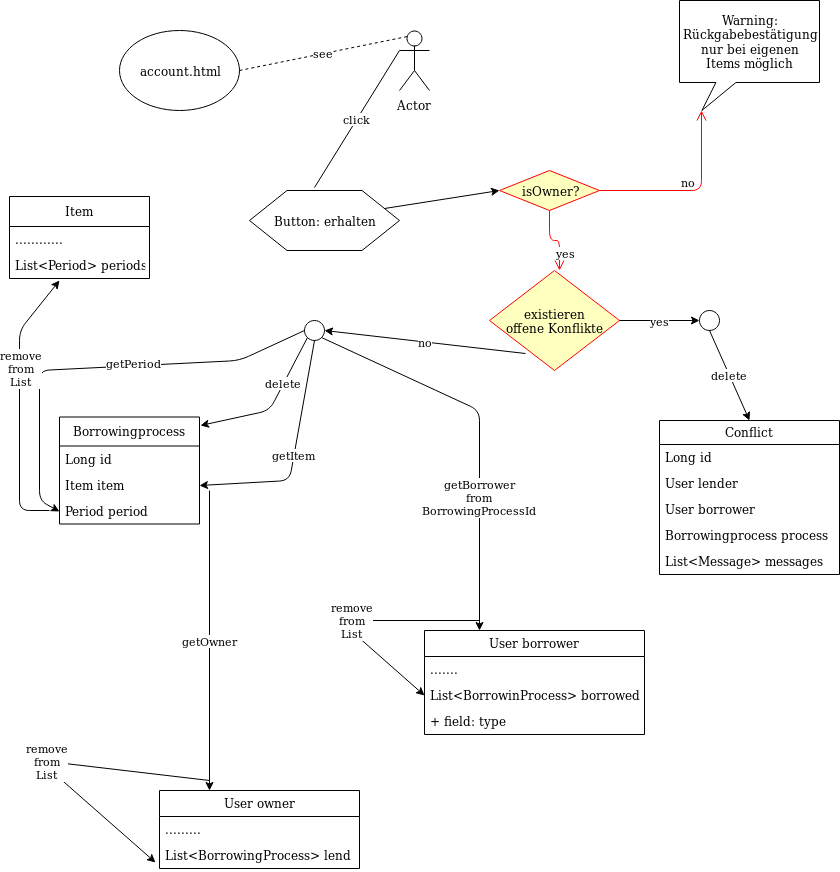
The draw.io diagram Diagram/ItemReturned.png in Jukre111/Propra-im-Team, before a commit. Source tidied: cells renumbered, new cells last; positions are measured from the earlier drawing's top-left corner, leaving out a move shared by most shapes. Source of this version:
```xml
<mxGraphModel>
  <root>
    <mxCell id="0" />
    <mxCell id="1" parent="0" />
    <mxCell id="2" value="Actor" style="shape=umlActor;verticalLabelPosition=bottom;labelBackgroundColor=#ffffff;verticalAlign=top;html=1;outlineConnect=0;fillColor=#ffffff;strokeColor=#000000;" parent="1" vertex="1">
      <mxGeometry x="390" y="30" width="30" height="60" as="geometry" />
    </mxCell>
    <mxCell id="3" value="account.html" style="ellipse;whiteSpace=wrap;html=1;" parent="1" vertex="1">
      <mxGeometry x="110" y="30" width="120" height="80" as="geometry" />
    </mxCell>
    <mxCell id="4" value="see" style="endArrow=none;dashed=1;html=1;exitX=1;exitY=0.5;exitDx=0;exitDy=0;entryX=0.25;entryY=0.1;entryDx=0;entryDy=0;entryPerimeter=0;" parent="1" edge="1" source="3" target="2">
      <mxGeometry relative="1" as="geometry" />
    </mxCell>
    <mxCell id="5" value="Button: erhalten" style="shape=hexagon;perimeter=hexagonPerimeter2;whiteSpace=wrap;html=1;" parent="1" vertex="1">
      <mxGeometry x="240" y="190" width="150" height="60" as="geometry" />
    </mxCell>
    <mxCell id="6" value="click" style="endArrow=none;html=1;entryX=0;entryY=0.3333333333333333;entryDx=0;entryDy=0;entryPerimeter=0;exitX=0.433;exitY=-0.05;exitDx=0;exitDy=0;exitPerimeter=0;" parent="1" edge="1" source="5" target="2">
      <mxGeometry relative="1" as="geometry" />
    </mxCell>
    <mxCell id="7" value="isOwner?" style="rhombus;whiteSpace=wrap;html=1;fillColor=#ffffc0;strokeColor=#ff0000;" parent="1" vertex="1">
      <mxGeometry x="490" y="170" width="100" height="40" as="geometry" />
    </mxCell>
    <mxCell id="8" value="no" style="edgeStyle=orthogonalEdgeStyle;html=1;align=left;verticalAlign=bottom;endArrow=open;endSize=8;strokeColor=#ff0000;entryX=0;entryY=0;entryDx=22.400000000000002;entryDy=110;entryPerimeter=0;" parent="1" edge="1" source="7" target="11">
      <mxGeometry x="-0.12" relative="1" as="geometry" />
    </mxCell>
    <mxCell id="9" value="yes" style="edgeStyle=orthogonalEdgeStyle;html=1;align=left;verticalAlign=top;endArrow=open;endSize=8;strokeColor=#ff0000;" parent="1" edge="1" source="7">
      <mxGeometry relative="1" as="geometry">
        <mxPoint x="550" y="270" as="targetPoint" />
      </mxGeometry>
    </mxCell>
    <mxCell id="10" style="endArrow=classic;html=1;exitX=1;exitY=0.25;exitDx=0;exitDy=0;entryX=0;entryY=0.5;entryDx=0;entryDy=0;" parent="1" edge="1" source="5" target="7">
      <mxGeometry relative="1" as="geometry" />
    </mxCell>
    <mxCell id="11" value="&lt;div&gt;Warning: &lt;br&gt;&lt;/div&gt;&lt;div&gt;Rückgabebestätigung&lt;/div&gt;&lt;div&gt;nur bei eigenen&lt;/div&gt;&lt;div&gt;Items möglich&lt;br&gt;&lt;/div&gt;" style="shape=callout;whiteSpace=wrap;html=1;perimeter=calloutPerimeter;size=28;position=0.26;position2=0.16;" parent="1" vertex="1">
      <mxGeometry x="670" width="140" height="110" as="geometry" />
    </mxCell>
    <mxCell id="12" value="&lt;div&gt;existieren &lt;br&gt;&lt;/div&gt;&lt;div&gt;offene Konflikte&lt;br&gt;&lt;/div&gt;" style="rhombus;whiteSpace=wrap;html=1;fillColor=#ffffc0;strokeColor=#ff0000;" parent="1" vertex="1">
      <mxGeometry x="480" y="270" width="130" height="100" as="geometry" />
    </mxCell>
    <mxCell id="13" value="yes" style="endArrow=classic;html=1;exitX=1;exitY=0.5;exitDx=0;exitDy=0;" parent="1" edge="1" source="12">
      <mxGeometry relative="1" as="geometry">
        <mxPoint x="690" y="320" as="targetPoint" />
      </mxGeometry>
    </mxCell>
    <mxCell id="14" style="ellipse;whiteSpace=wrap;html=1;" parent="1" vertex="1">
      <mxGeometry x="690" y="310" width="20" height="20" as="geometry" />
    </mxCell>
    <mxCell id="15" value="delete" style="endArrow=classic;html=1;exitX=0.5;exitY=1;exitDx=0;exitDy=0;entryX=0.5;entryY=0;entryDx=0;entryDy=0;" parent="1" edge="1" source="14" target="16">
      <mxGeometry relative="1" as="geometry" />
    </mxCell>
    <mxCell id="16" value="Conflict" style="swimlane;fontStyle=0;horizontal=1;startSize=24;fillColor=none;" parent="1" vertex="1">
      <mxGeometry x="650" y="420" width="180" height="154" as="geometry" />
    </mxCell>
    <mxCell id="17" value="Long id" style="text;strokeColor=none;fillColor=none;align=left;verticalAlign=top;spacingLeft=4;spacingRight=4;overflow=hidden;" parent="16" vertex="1">
      <mxGeometry y="24" width="180" height="26" as="geometry" />
    </mxCell>
    <mxCell id="18" value="User lender" style="text;strokeColor=none;fillColor=none;align=left;verticalAlign=top;spacingLeft=4;spacingRight=4;overflow=hidden;" parent="16" vertex="1">
      <mxGeometry y="50" width="180" height="26" as="geometry" />
    </mxCell>
    <mxCell id="19" value="User borrower" style="text;strokeColor=none;fillColor=none;align=left;verticalAlign=top;spacingLeft=4;spacingRight=4;overflow=hidden;" parent="16" vertex="1">
      <mxGeometry y="76" width="180" height="26" as="geometry" />
    </mxCell>
    <mxCell id="20" value="Borrowingprocess process" style="text;strokeColor=none;fillColor=none;align=left;verticalAlign=top;spacingLeft=4;spacingRight=4;overflow=hidden;" parent="16" vertex="1">
      <mxGeometry y="102" width="180" height="26" as="geometry" />
    </mxCell>
    <mxCell id="21" value="List&lt;Message&gt; messages" style="text;strokeColor=none;fillColor=none;align=left;verticalAlign=top;spacingLeft=4;spacingRight=4;overflow=hidden;" parent="16" vertex="1">
      <mxGeometry y="128" width="180" height="26" as="geometry" />
    </mxCell>
    <mxCell id="22" value="no" style="endArrow=classic;html=1;exitX=0.277;exitY=0.83;exitDx=0;exitDy=0;exitPerimeter=0;entryX=1;entryY=0.5;entryDx=0;entryDy=0;" parent="1" edge="1" source="12" target="23">
      <mxGeometry relative="1" as="geometry" />
    </mxCell>
    <mxCell id="23" style="ellipse;whiteSpace=wrap;html=1;" parent="1" vertex="1">
      <mxGeometry x="295" y="320" width="20" height="20" as="geometry" />
    </mxCell>
    <mxCell id="24" value="Borrowingprocess" style="swimlane;fontStyle=0;horizontal=1;startSize=29;fillColor=none;" parent="1" vertex="1">
      <mxGeometry x="50" y="416.5" width="140" height="107" as="geometry" />
    </mxCell>
    <mxCell id="25" value="Long id" style="text;strokeColor=none;fillColor=none;align=left;verticalAlign=top;spacingLeft=4;spacingRight=4;overflow=hidden;" parent="24" vertex="1">
      <mxGeometry y="29" width="140" height="26" as="geometry" />
    </mxCell>
    <mxCell id="26" value="Item item" style="text;strokeColor=none;fillColor=none;align=left;verticalAlign=top;spacingLeft=4;spacingRight=4;overflow=hidden;points=[[0,0.5],[1,0.5]];portConstraint=eastwest;" parent="24" vertex="1">
      <mxGeometry y="55" width="140" height="26" as="geometry" />
    </mxCell>
    <mxCell id="27" value="Period period" style="text;strokeColor=none;fillColor=none;align=left;verticalAlign=top;spacingLeft=4;spacingRight=4;overflow=hidden;points=[[0,0.5],[1,0.5]];portConstraint=eastwest;" parent="24" vertex="1">
      <mxGeometry y="81" width="140" height="26" as="geometry" />
    </mxCell>
    <mxCell id="28" value="User borrower" style="swimlane;fontStyle=0;horizontal=1;startSize=26;fillColor=none;" parent="1" vertex="1">
      <mxGeometry x="415" y="630" width="220" height="104" as="geometry" />
    </mxCell>
    <mxCell id="29" value="......." style="text;strokeColor=none;fillColor=none;align=left;verticalAlign=top;spacingLeft=4;spacingRight=4;overflow=hidden;" parent="28" vertex="1">
      <mxGeometry y="26" width="220" height="26" as="geometry" />
    </mxCell>
    <mxCell id="30" value="List&lt;BorrowinProcess&gt; borrowed" style="text;strokeColor=none;fillColor=none;align=left;verticalAlign=top;spacingLeft=4;spacingRight=4;overflow=hidden;points=[[0,0.5],[1,0.5]];portConstraint=eastwest;" parent="28" vertex="1">
      <mxGeometry y="52" width="220" height="26" as="geometry" />
    </mxCell>
    <mxCell id="31" value="+ field: type" style="text;strokeColor=none;fillColor=none;align=left;verticalAlign=top;spacingLeft=4;spacingRight=4;overflow=hidden;" parent="28" vertex="1">
      <mxGeometry y="78" width="220" height="26" as="geometry" />
    </mxCell>
    <mxCell id="32" value="Item" style="swimlane;fontStyle=0;horizontal=1;startSize=30;fillColor=none;" parent="1" vertex="1">
      <mxGeometry y="196" width="140" height="82" as="geometry" />
    </mxCell>
    <mxCell id="33" value="............" style="text;strokeColor=none;fillColor=none;align=left;verticalAlign=top;spacingLeft=4;spacingRight=4;overflow=hidden;" parent="32" vertex="1">
      <mxGeometry y="30" width="140" height="26" as="geometry" />
    </mxCell>
    <mxCell id="34" value="List&lt;Period&gt; periods" style="text;strokeColor=none;fillColor=none;align=left;verticalAlign=top;spacingLeft=4;spacingRight=4;overflow=hidden;" parent="32" vertex="1">
      <mxGeometry y="56" width="140" height="26" as="geometry" />
    </mxCell>
    <mxCell id="35" value="User owner" style="swimlane;fontStyle=0;horizontal=1;startSize=26;fillColor=none;" parent="1" vertex="1">
      <mxGeometry x="150" y="790" width="200" height="78" as="geometry" />
    </mxCell>
    <mxCell id="36" value="........." style="text;strokeColor=none;fillColor=none;align=left;verticalAlign=top;spacingLeft=4;spacingRight=4;overflow=hidden;" parent="35" vertex="1">
      <mxGeometry y="26" width="200" height="26" as="geometry" />
    </mxCell>
    <mxCell id="37" value="List&lt;BorrowingProcess&gt; lend" style="text;strokeColor=none;fillColor=none;align=left;verticalAlign=top;spacingLeft=4;spacingRight=4;overflow=hidden;points=[[0,0.5],[1,0.5]];portConstraint=eastwest;" parent="35" vertex="1">
      <mxGeometry y="52" width="200" height="26" as="geometry" />
    </mxCell>
    <mxCell id="38" value="delete" style="endArrow=classic;html=1;exitX=0;exitY=1;exitDx=0;exitDy=0;entryX=1.007;entryY=0.077;entryDx=0;entryDy=0;entryPerimeter=0;" parent="1" edge="1" source="23" target="24">
      <mxGeometry x="-0.34" relative="1" as="geometry">
        <Array as="points">
          <mxPoint x="260" y="410" />
        </Array>
      </mxGeometry>
    </mxCell>
    <mxCell id="39" value="getPeriod" style="endArrow=classic;html=1;exitX=0;exitY=0.5;exitDx=0;exitDy=0;entryX=0;entryY=0.5;entryDx=0;entryDy=0;" parent="1" edge="1" source="23" target="27">
      <mxGeometry x="-0.17" y="-3" relative="1" as="geometry">
        <Array as="points">
          <mxPoint x="230" y="360" />
          <mxPoint x="30" y="370" />
          <mxPoint x="30" y="500" />
        </Array>
      </mxGeometry>
    </mxCell>
    <mxCell id="40" value="&lt;div&gt;remove&lt;/div&gt;&lt;div&gt;from &lt;br&gt;&lt;/div&gt;&lt;div&gt;List&lt;br&gt;&lt;/div&gt;" style="endArrow=classic;html=1;" parent="1" edge="1">
      <mxGeometry x="0.26" y="-2" relative="1" as="geometry">
        <mxPoint x="40" y="510" as="sourcePoint" />
        <mxPoint x="50" y="280" as="targetPoint" />
        <Array as="points">
          <mxPoint x="10" y="510" />
          <mxPoint x="10" y="330" />
        </Array>
      </mxGeometry>
    </mxCell>
    <mxCell id="41" value="getItem" style="endArrow=classic;html=1;exitX=0.5;exitY=1;exitDx=0;exitDy=0;entryX=1;entryY=0.5;entryDx=0;entryDy=0;" parent="1" edge="1" source="23" target="26">
      <mxGeometry relative="1" as="geometry">
        <Array as="points">
          <mxPoint x="280" y="480" />
        </Array>
      </mxGeometry>
    </mxCell>
    <mxCell id="42" value="getOwner" style="endArrow=classic;html=1;entryX=0.25;entryY=0;entryDx=0;entryDy=0;" parent="1" edge="1" target="35">
      <mxGeometry relative="1" as="geometry">
        <mxPoint x="200" y="490" as="sourcePoint" />
      </mxGeometry>
    </mxCell>
    <mxCell id="43" value="&lt;div&gt;remove&lt;/div&gt;&lt;div&gt;from &lt;br&gt;&lt;/div&gt;&lt;div&gt;List&lt;br&gt;&lt;/div&gt;" style="endArrow=classic;html=1;entryX=-0.02;entryY=0.769;entryDx=0;entryDy=0;entryPerimeter=0;" parent="1" edge="1" target="37">
      <mxGeometry relative="1" as="geometry">
        <mxPoint x="200" y="780" as="sourcePoint" />
        <Array as="points">
          <mxPoint x="30" y="760" />
        </Array>
      </mxGeometry>
    </mxCell>
    <mxCell id="44" value="&lt;div&gt;getBorrower&lt;/div&gt;&lt;div&gt;from &lt;br&gt;&lt;/div&gt;&lt;div&gt;BorrowingProcessId&lt;br&gt;&lt;/div&gt;" style="endArrow=classic;html=1;exitX=1;exitY=1;exitDx=0;exitDy=0;entryX=0.25;entryY=0;entryDx=0;entryDy=0;" parent="1" edge="1" source="23" target="28">
      <mxGeometry x="0.33" relative="1" as="geometry">
        <Array as="points">
          <mxPoint x="470" y="410" />
        </Array>
      </mxGeometry>
    </mxCell>
    <mxCell id="45" value="&lt;div&gt;remove&lt;/div&gt;&lt;div&gt;from &lt;br&gt;&lt;/div&gt;&lt;div&gt;List&lt;br&gt;&lt;/div&gt;" style="endArrow=classic;html=1;entryX=0;entryY=0.5;entryDx=0;entryDy=0;" parent="1" edge="1" target="30">
      <mxGeometry relative="1" as="geometry">
        <mxPoint x="470" y="620" as="sourcePoint" />
        <Array as="points">
          <mxPoint x="330" y="620" />
        </Array>
      </mxGeometry>
    </mxCell>
  </root>
</mxGraphModel>
```
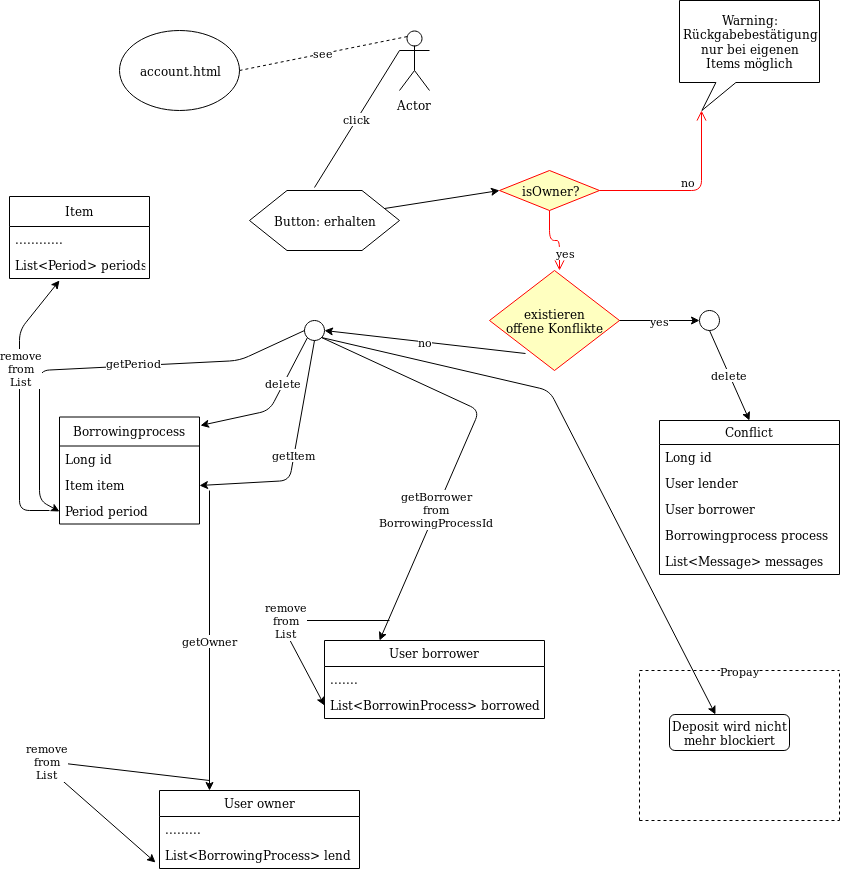
Later version of the same file.

Change to the diagram source:
```diff
@@ -85,7 +85,7 @@
       <mxGeometry y="81" width="140" height="26" as="geometry" />
     </mxCell>
     <mxCell id="28" value="User borrower" style="swimlane;fontStyle=0;horizontal=1;startSize=26;fillColor=none;" parent="1" vertex="1">
-      <mxGeometry x="415" y="630" width="220" height="104" as="geometry" />
+      <mxGeometry x="315" y="640" width="220" height="78" as="geometry" />
     </mxCell>
     <mxCell id="29" value="......." style="text;strokeColor=none;fillColor=none;align=left;verticalAlign=top;spacingLeft=4;spacingRight=4;overflow=hidden;" parent="28" vertex="1">
       <mxGeometry y="26" width="220" height="26" as="geometry" />
@@ -93,9 +93,6 @@
     <mxCell id="30" value="List&lt;BorrowinProcess&gt; borrowed" style="text;strokeColor=none;fillColor=none;align=left;verticalAlign=top;spacingLeft=4;spacingRight=4;overflow=hidden;points=[[0,0.5],[1,0.5]];portConstraint=eastwest;" parent="28" vertex="1">
       <mxGeometry y="52" width="220" height="26" as="geometry" />
     </mxCell>
-    <mxCell id="31" value="+ field: type" style="text;strokeColor=none;fillColor=none;align=left;verticalAlign=top;spacingLeft=4;spacingRight=4;overflow=hidden;" parent="28" vertex="1">
-      <mxGeometry y="78" width="220" height="26" as="geometry" />
-    </mxCell>
     <mxCell id="32" value="Item" style="swimlane;fontStyle=0;horizontal=1;startSize=30;fillColor=none;" parent="1" vertex="1">
       <mxGeometry y="196" width="140" height="82" as="geometry" />
     </mxCell>
@@ -160,8 +157,9 @@
         </Array>
       </mxGeometry>
     </mxCell>
-    <mxCell id="44" value="&lt;div&gt;getBorrower&lt;/div&gt;&lt;div&gt;from &lt;br&gt;&lt;/div&gt;&lt;div&gt;BorrowingProcessId&lt;br&gt;&lt;/div&gt;" style="endArrow=classic;html=1;exitX=1;exitY=1;exitDx=0;exitDy=0;entryX=0.25;entryY=0;entryDx=0;entryDy=0;" parent="1" edge="1" source="23" target="28">
+    <mxCell id="44" value="&lt;div&gt;getBorrower&lt;/div&gt;&lt;div&gt;from &lt;br&gt;&lt;/div&gt;&lt;div&gt;BorrowingProcessId&lt;br&gt;&lt;/div&gt;" style="endArrow=classic;html=1;entryX=0.25;entryY=0;entryDx=0;entryDy=0;" parent="1" edge="1" target="28">
       <mxGeometry x="0.33" relative="1" as="geometry">
+        <mxPoint x="312" y="337" as="sourcePoint" />
         <Array as="points">
           <mxPoint x="470" y="410" />
         </Array>
@@ -169,11 +167,45 @@
     </mxCell>
     <mxCell id="45" value="&lt;div&gt;remove&lt;/div&gt;&lt;div&gt;from &lt;br&gt;&lt;/div&gt;&lt;div&gt;List&lt;br&gt;&lt;/div&gt;" style="endArrow=classic;html=1;entryX=0;entryY=0.5;entryDx=0;entryDy=0;" parent="1" edge="1" target="30">
       <mxGeometry relative="1" as="geometry">
-        <mxPoint x="470" y="620" as="sourcePoint" />
+        <mxPoint x="380" y="620" as="sourcePoint" />
         <Array as="points">
-          <mxPoint x="330" y="620" />
+          <mxPoint x="270" y="620" />
         </Array>
       </mxGeometry>
     </mxCell>
+    <mxCell id="46" style="endArrow=classic;html=1;exitX=1;exitY=1;exitDx=0;exitDy=0;entryX=0.383;entryY=0;entryDx=0;entryDy=0;entryPerimeter=0;" parent="1" edge="1" source="23" target="47">
+      <mxGeometry relative="1" as="geometry">
+        <Array as="points">
+          <mxPoint x="540" y="390" />
+        </Array>
+      </mxGeometry>
+    </mxCell>
+    <mxCell id="47" value="&lt;div&gt;Deposit wird nicht &lt;br&gt;&lt;/div&gt;&lt;div&gt;mehr blockiert&lt;br&gt;&lt;/div&gt;" style="rounded=1;whiteSpace=wrap;html=1;" parent="1" vertex="1">
+      <mxGeometry x="660" y="714" width="120" height="36" as="geometry" />
+    </mxCell>
+    <mxCell id="48" value="Propay" style="endArrow=none;dashed=1;html=1;" parent="1" edge="1">
+      <mxGeometry relative="1" as="geometry">
+        <mxPoint x="630" y="670" as="sourcePoint" />
+        <mxPoint x="830" y="670" as="targetPoint" />
+      </mxGeometry>
+    </mxCell>
+    <mxCell id="49" style="endArrow=none;dashed=1;html=1;" parent="1" edge="1">
+      <mxGeometry relative="1" as="geometry">
+        <mxPoint x="630" y="820" as="sourcePoint" />
+        <mxPoint x="630" y="670" as="targetPoint" />
+      </mxGeometry>
+    </mxCell>
+    <mxCell id="50" style="endArrow=none;dashed=1;html=1;" parent="1" edge="1">
+      <mxGeometry relative="1" as="geometry">
+        <mxPoint x="630" y="820" as="sourcePoint" />
+        <mxPoint x="830" y="820" as="targetPoint" />
+      </mxGeometry>
+    </mxCell>
+    <mxCell id="51" style="endArrow=none;dashed=1;html=1;" parent="1" edge="1">
+      <mxGeometry relative="1" as="geometry">
+        <mxPoint x="830" y="820" as="sourcePoint" />
+        <mxPoint x="830" y="670" as="targetPoint" />
+      </mxGeometry>
+    </mxCell>
   </root>
 </mxGraphModel>
```
